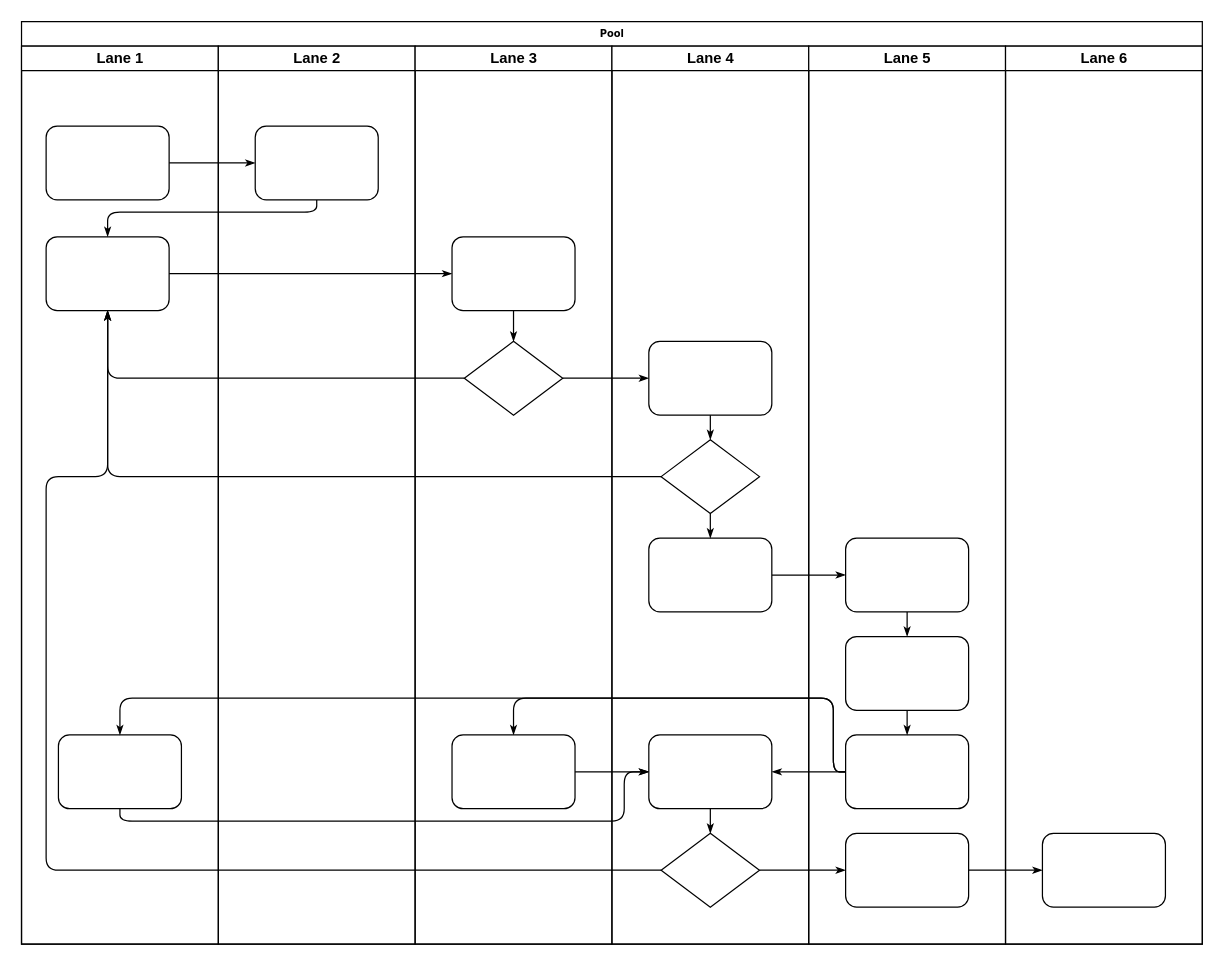
chrisogonas/uploadFiles keeps this draw.io diagram as Untitled Diagram.drawio. Above is the earlier version. Source tidied: cells renumbered, new cells numbered last; positions are measured from the earlier drawing's top-left corner, leaving out a move shared by most shapes. Both pictures are drawn from the tidied source at 123%, with x=0, y=0 at pixel (21, 21).
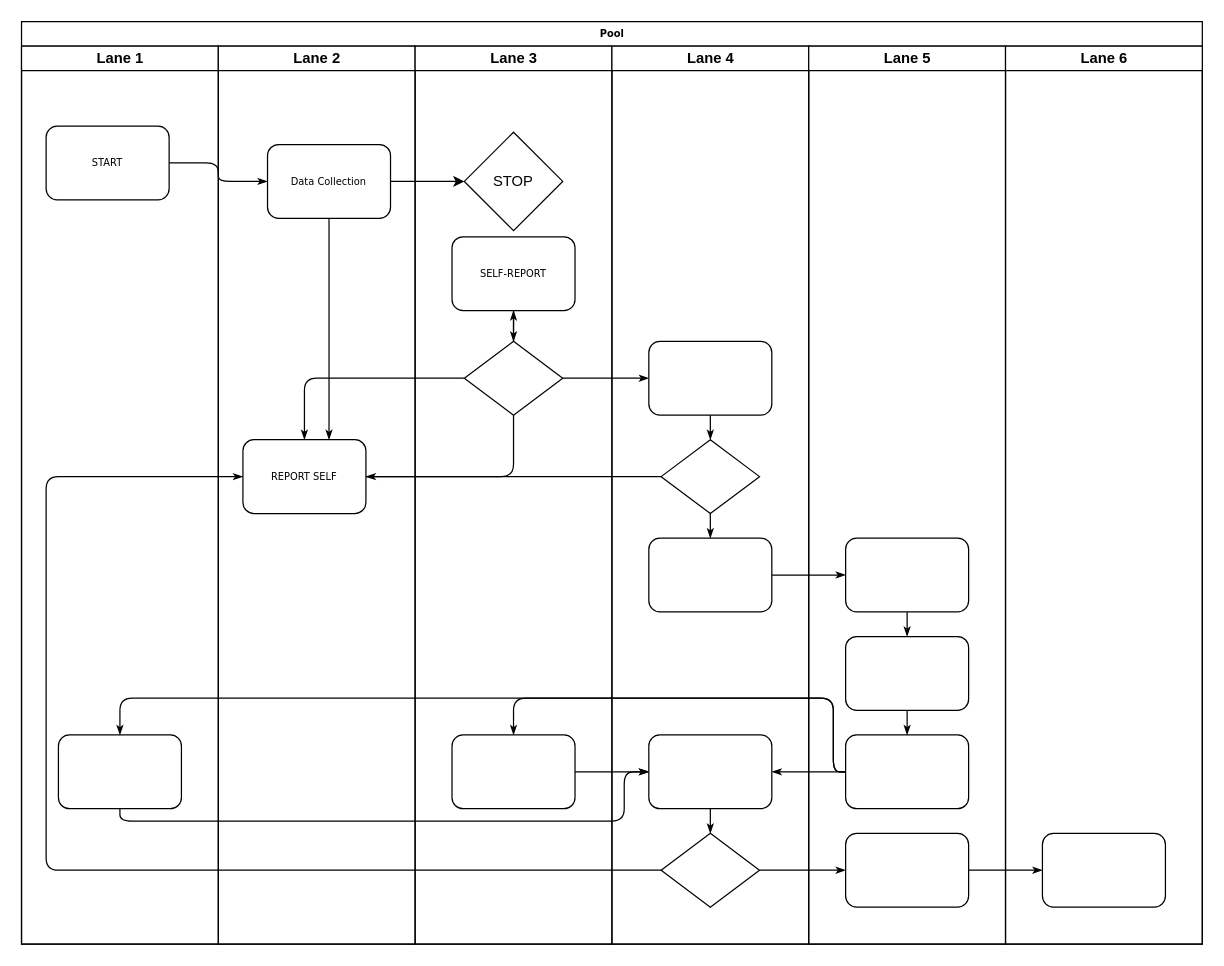
The same page after the edit.

Commit message:
SPH Smoker App Workflow Diagram.drawio

Unchanged cells that the change refers to:
```xml
<mxCell id="2" value="Pool" style="swimlane;html=1;startSize=20;rounded=0;shadow=0;labelBackgroundColor=none;strokeWidth=1;fontFamily=Verdana;fontSize=8;align=center;" parent="1" vertex="1">
  <mxGeometry width="960" height="750" as="geometry" />
</mxCell>
<mxCell id="3" value="Lane 1" style="swimlane;html=1;startSize=20;" parent="2" vertex="1">
  <mxGeometry y="20" width="160" height="730" as="geometry" />
</mxCell>
<mxCell id="22" value="Lane 2" style="swimlane;html=1;startSize=20;" parent="2" vertex="1">
  <mxGeometry x="160" y="20" width="160" height="730" as="geometry" />
</mxCell>
<mxCell id="24" value="Lane 3" style="swimlane;html=1;startSize=20;" parent="2" vertex="1">
  <mxGeometry x="320" y="20" width="160" height="730" as="geometry" />
</mxCell>
```

What changed in the source:
```diff
@@
-    <mxCell id="4" style="rounded=1;whiteSpace=wrap;html=1;shadow=0;labelBackgroundColor=none;strokeWidth=1;fontFamily=Verdana;fontSize=8;align=center;" parent="3" vertex="1">
+    <mxCell id="4" value="START" style="rounded=1;whiteSpace=wrap;html=1;shadow=0;labelBackgroundColor=none;strokeWidth=1;fontFamily=Verdana;fontSize=8;align=center;" parent="3" vertex="1">
       <mxGeometry x="20" y="65" width="100" height="60" as="geometry" />
     </mxCell>
-    <mxCell id="5" style="rounded=1;whiteSpace=wrap;html=1;shadow=0;labelBackgroundColor=none;strokeWidth=1;fontFamily=Verdana;fontSize=8;align=center;" parent="3" vertex="1">
-      <mxGeometry x="20" y="155" width="100" height="60" as="geometry" />
-    </mxCell>
@@
-    <mxCell id="8" style="edgeStyle=orthogonalEdgeStyle;rounded=1;html=1;labelBackgroundColor=none;startArrow=none;startFill=0;startSize=5;endArrow=classicThin;endFill=1;endSize=5;jettySize=auto;strokeWidth=1;fontFamily=Verdana;fontSize=8;" parent="2" edge="1" source="23" target="5">
-      <mxGeometry relative="1" as="geometry">
-        <Array as="points">
-          <mxPoint x="240" y="155" />
-          <mxPoint x="70" y="155" />
-        </Array>
-      </mxGeometry>
-    </mxCell>
@@
+    <mxCell id="8" style="edgeStyle=orthogonalEdgeStyle;rounded=1;html=1;labelBackgroundColor=none;startArrow=none;startFill=0;startSize=5;endArrow=classicThin;endFill=1;endSize=5;jettySize=auto;strokeWidth=1;fontFamily=Verdana;fontSize=8;" parent="22" edge="1" source="23" target="5">
+      <mxGeometry relative="1" as="geometry">
+        <Array as="points">
+          <mxPoint x="80" y="135" />
+          <mxPoint x="-90" y="135" />
+        </Array>
+      </mxGeometry>
+    </mxCell>
+    <mxCell id="5" value="REPORT SELF" style="rounded=1;whiteSpace=wrap;html=1;shadow=0;labelBackgroundColor=none;strokeWidth=1;fontFamily=Verdana;fontSize=8;align=center;" parent="22" vertex="1">
+      <mxGeometry x="20" y="320" width="100" height="60" as="geometry" />
+    </mxCell>
-    <mxCell id="23" style="rounded=1;whiteSpace=wrap;html=1;shadow=0;labelBackgroundColor=none;strokeWidth=1;fontFamily=Verdana;fontSize=8;align=center;" parent="22" vertex="1">
-      <mxGeometry x="30" y="65" width="100" height="60" as="geometry" />
+    <mxCell id="23" value="Data Collection" style="rounded=1;whiteSpace=wrap;html=1;shadow=0;labelBackgroundColor=none;strokeWidth=1;fontFamily=Verdana;fontSize=8;align=center;" parent="22" vertex="1">
+      <mxGeometry x="40" y="80" width="100" height="60" as="geometry" />
     </mxCell>
@@
-    <mxCell id="25" style="rounded=1;whiteSpace=wrap;html=1;shadow=0;labelBackgroundColor=none;strokeWidth=1;fontFamily=Verdana;fontSize=8;align=center;" parent="24" vertex="1">
+    <mxCell id="25" value="SELF-REPORT" style="rounded=1;whiteSpace=wrap;html=1;shadow=0;labelBackgroundColor=none;strokeWidth=1;fontFamily=Verdana;fontSize=8;align=center;" parent="24" vertex="1">
       <mxGeometry x="30" y="155" width="100" height="60" as="geometry" />
     </mxCell>
@@
+    <mxCell id="47" value="STOP" style="rhombus;whiteSpace=wrap;html=1;" parent="24" vertex="1">
+      <mxGeometry x="40" y="70" width="80" height="80" as="geometry" />
+    </mxCell>
@@
+    <mxCell id="48" style="edgeStyle=orthogonalEdgeStyle;rounded=0;jettySize=auto;html=1;" parent="2" edge="1" source="23" target="47">
+      <mxGeometry relative="1" as="geometry" />
+    </mxCell>
```
